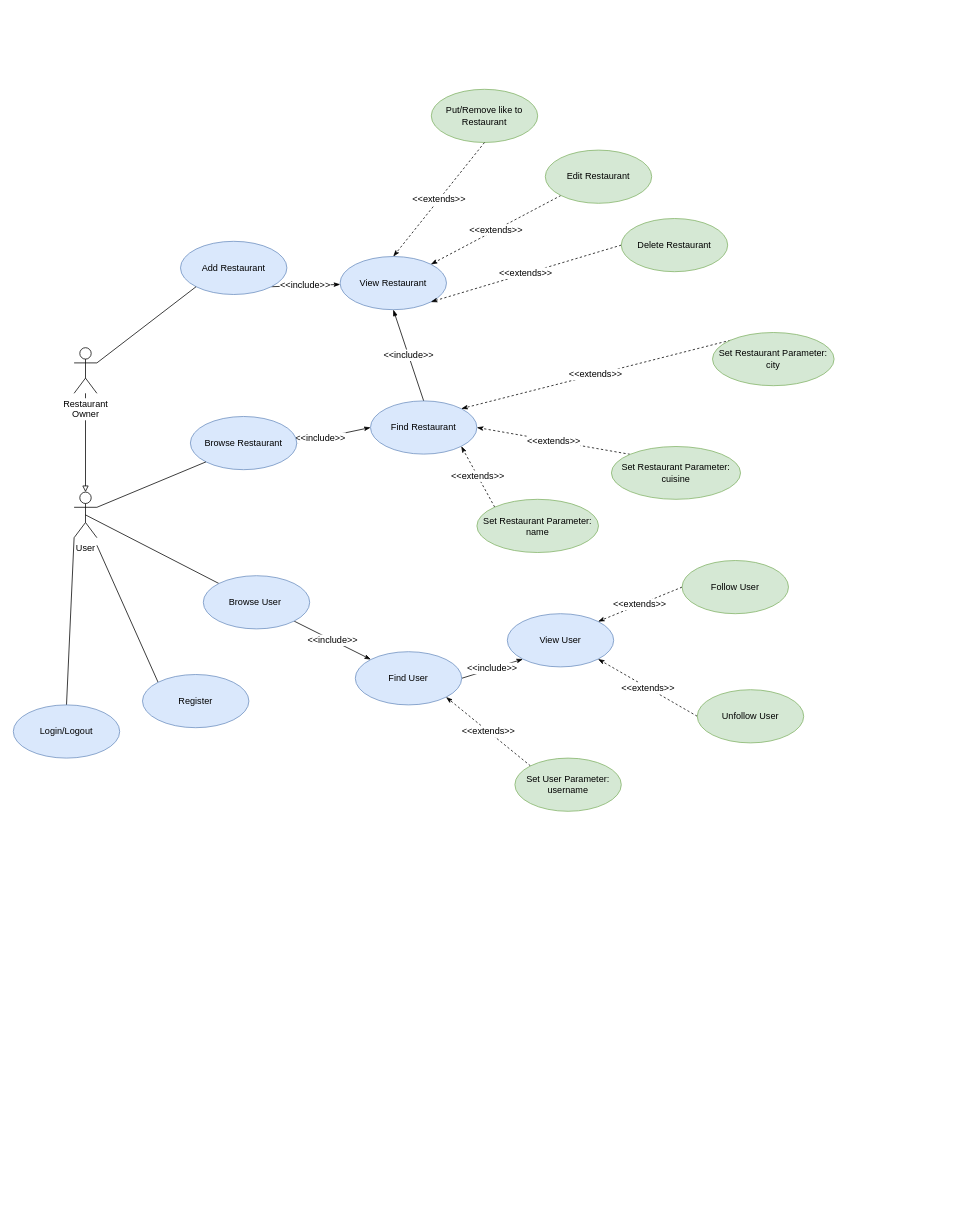
This is page "Page-2" (2 of 2) of draw.io/data_model.drawio from spampas/restaurant_recommendation_graphdb, a draw.io file, before an edit. Source tidied: cells renumbered, new cells numbered last; positions are measured from the earlier drawing's top-left corner, leaving out a move shared by most shapes. Both pictures are drawn from the tidied source at 76%, with x=0, y=0 at pixel (13, 89).
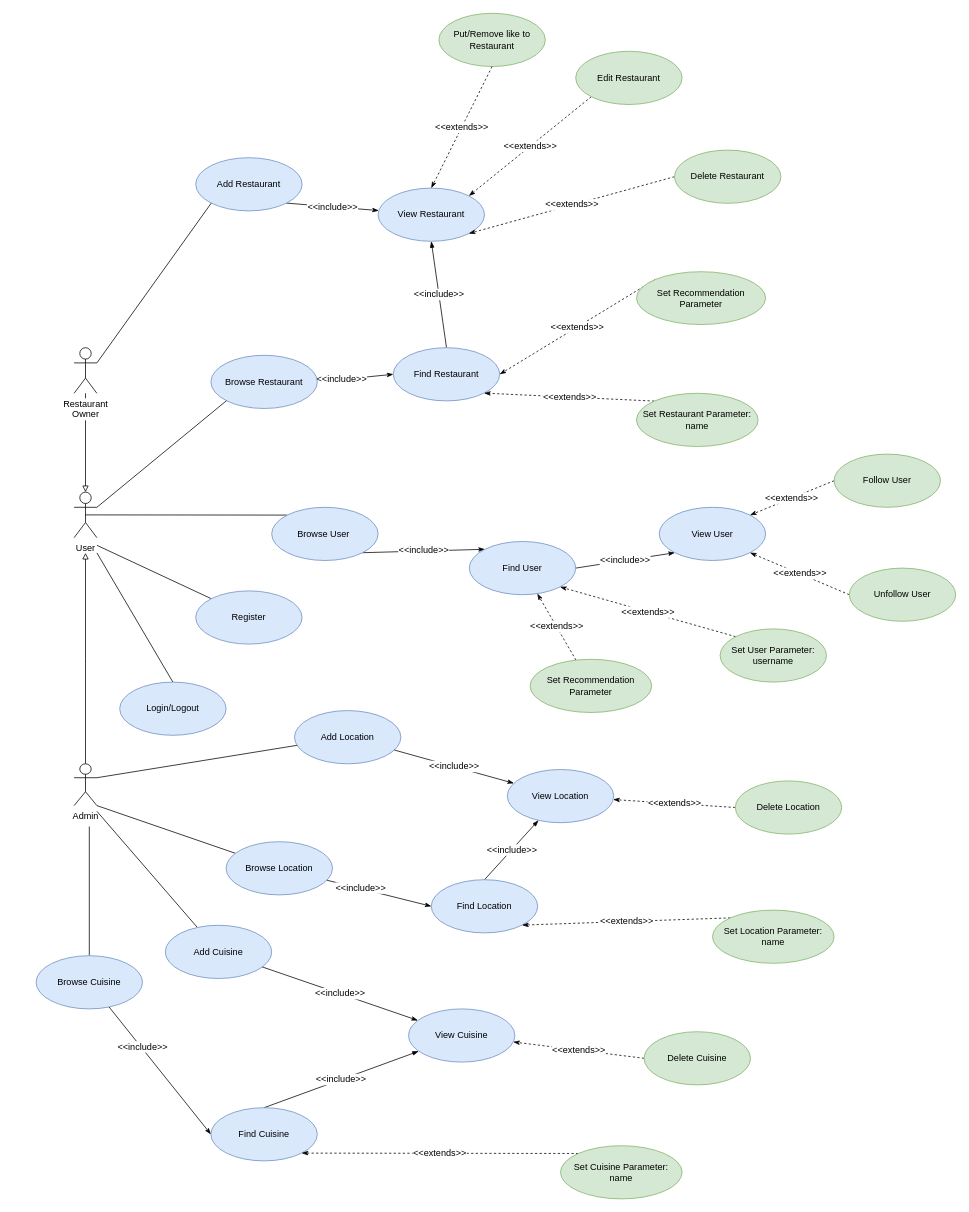
The same page after the edit.

Unchanged cells that the change refers to:
```xml
<mxCell id="4" value="User" style="shape=umlActor;verticalLabelPosition=bottom;labelBackgroundColor=#ffffff;verticalAlign=top;html=1;" parent="1" vertex="1">
  <mxGeometry x="80" y="530" width="30" height="60" as="geometry" />
</mxCell>
```

Diff of the diagram source:
```diff
@@
     <mxCell id="6" value="Add Restaurant" style="ellipse;whiteSpace=wrap;html=1;fontSize=12;fillColor=#dae8fc;strokeColor=#6c8ebf;" parent="1" vertex="1">
-      <mxGeometry x="220" y="200" width="140" height="70" as="geometry" />
+      <mxGeometry x="240" y="90" width="140" height="70" as="geometry" />
     </mxCell>
@@
     <mxCell id="8" value="Register" style="ellipse;whiteSpace=wrap;html=1;fontSize=12;fillColor=#dae8fc;strokeColor=#6c8ebf;" parent="1" vertex="1">
-      <mxGeometry x="170" y="770" width="140" height="70" as="geometry" />
+      <mxGeometry x="240" y="660" width="140" height="70" as="geometry" />
     </mxCell>
-    <mxCell id="9" style="edgeStyle=none;rounded=0;jettySize=auto;html=1;exitX=0.5;exitY=0;exitDx=0;exitDy=0;entryX=0;entryY=1;entryDx=0;entryDy=0;entryPerimeter=0;endArrow=none;endFill=0;fontSize=12;" parent="1" edge="1" source="10" target="4">
-      <mxGeometry relative="1" as="geometry" />
+    <mxCell id="9" style="edgeStyle=none;rounded=0;jettySize=auto;html=1;exitX=0.5;exitY=0;exitDx=0;exitDy=0;endArrow=none;endFill=0;fontSize=12;" parent="1" edge="1" source="10">
+      <mxGeometry relative="1" as="geometry">
+        <mxPoint x="110" y="610" as="targetPoint" />
+      </mxGeometry>
     </mxCell>
     <mxCell id="10" value="Login/Logout" style="ellipse;whiteSpace=wrap;html=1;fontSize=12;fillColor=#dae8fc;strokeColor=#6c8ebf;" parent="1" vertex="1">
-      <mxGeometry y="810" width="140" height="70" as="geometry" />
+      <mxGeometry x="140" y="780" width="140" height="70" as="geometry" />
     </mxCell>
     <mxCell id="11" value="View Restaurant" style="ellipse;whiteSpace=wrap;html=1;fontSize=12;fillColor=#dae8fc;strokeColor=#6c8ebf;" parent="1" vertex="1">
-      <mxGeometry x="430" y="220" width="140" height="70" as="geometry" />
+      <mxGeometry x="480" y="130" width="140" height="70" as="geometry" />
     </mxCell>
@@
     <mxCell id="13" value="Edit Restaurant" style="ellipse;whiteSpace=wrap;html=1;fontSize=12;fillColor=#d5e8d4;strokeColor=#82b366;" parent="1" vertex="1">
-      <mxGeometry x="700" y="80" width="140" height="70" as="geometry" />
+      <mxGeometry x="740" y="-50" width="140" height="70" as="geometry" />
     </mxCell>
@@
     <mxCell id="15" value="Delete Restaurant" style="ellipse;whiteSpace=wrap;html=1;fontSize=12;fillColor=#d5e8d4;strokeColor=#82b366;" parent="1" vertex="1">
-      <mxGeometry x="800" y="170" width="140" height="70" as="geometry" />
+      <mxGeometry x="870" y="80" width="140" height="70" as="geometry" />
     </mxCell>
@@
     <mxCell id="18" value="Browse User&amp;nbsp;" style="ellipse;whiteSpace=wrap;html=1;fontSize=12;fillColor=#dae8fc;strokeColor=#6c8ebf;" parent="1" vertex="1">
-      <mxGeometry x="250" y="640" width="140" height="70" as="geometry" />
+      <mxGeometry x="340" y="550" width="140" height="70" as="geometry" />
     </mxCell>
@@
     <mxCell id="20" value="Find User" style="ellipse;whiteSpace=wrap;html=1;fontSize=12;fillColor=#dae8fc;strokeColor=#6c8ebf;" parent="1" vertex="1">
-      <mxGeometry x="450" y="740" width="140" height="70" as="geometry" />
+      <mxGeometry x="600" y="595" width="140" height="70" as="geometry" />
     </mxCell>
@@
     <mxCell id="22" value="Set User Parameter:&lt;br&gt;username" style="ellipse;whiteSpace=wrap;html=1;fontSize=12;fillColor=#d5e8d4;strokeColor=#82b366;" parent="1" vertex="1">
-      <mxGeometry x="660" y="880" width="140" height="70" as="geometry" />
+      <mxGeometry x="930" y="710" width="140" height="70" as="geometry" />
     </mxCell>
     <mxCell id="23" value="View User" style="ellipse;whiteSpace=wrap;html=1;fontSize=12;fillColor=#dae8fc;strokeColor=#6c8ebf;" parent="1" vertex="1">
-      <mxGeometry x="650" y="690" width="140" height="70" as="geometry" />
+      <mxGeometry x="849.9" y="550" width="140" height="70" as="geometry" />
     </mxCell>
@@
     <mxCell id="25" value="Follow User" style="ellipse;whiteSpace=wrap;html=1;fontSize=12;fillColor=#d5e8d4;strokeColor=#82b366;" parent="1" vertex="1">
-      <mxGeometry x="880" y="620" width="140" height="70" as="geometry" />
+      <mxGeometry x="1080" y="480" width="140" height="70" as="geometry" />
     </mxCell>
@@
     <mxCell id="27" value="Unfollow User" style="ellipse;whiteSpace=wrap;html=1;fontSize=12;fillColor=#d5e8d4;strokeColor=#82b366;" parent="1" vertex="1">
-      <mxGeometry x="900" y="790" width="140" height="70" as="geometry" />
+      <mxGeometry x="1100" y="630" width="140" height="70" as="geometry" />
     </mxCell>
@@
     <mxCell id="30" value="Browse Restaurant" style="ellipse;whiteSpace=wrap;html=1;fontSize=12;fillColor=#dae8fc;strokeColor=#6c8ebf;" parent="1" vertex="1">
-      <mxGeometry x="233" y="430.5" width="140" height="70" as="geometry" />
+      <mxGeometry x="260" y="350" width="140" height="70" as="geometry" />
     </mxCell>
@@
     <mxCell id="32" value="Find Restaurant" style="ellipse;whiteSpace=wrap;html=1;fontSize=12;fillColor=#dae8fc;strokeColor=#6c8ebf;" parent="1" vertex="1">
-      <mxGeometry x="470" y="410" width="140" height="70" as="geometry" />
+      <mxGeometry x="500" y="340" width="140" height="70" as="geometry" />
     </mxCell>
@@
     <mxCell id="34" value="Set Restaurant Parameter:&lt;br&gt;name" style="ellipse;whiteSpace=wrap;html=1;fontSize=12;fillColor=#d5e8d4;strokeColor=#82b366;" parent="1" vertex="1">
-      <mxGeometry x="610" y="539.5" width="160" height="70" as="geometry" />
+      <mxGeometry x="820" y="400" width="160" height="70" as="geometry" />
     </mxCell>
@@
-    <mxCell id="36" value="Set Restaurant Parameter:&lt;br&gt;cuisine" style="ellipse;whiteSpace=wrap;html=1;fontSize=12;fillColor=#d5e8d4;strokeColor=#82b366;" parent="1" vertex="1">
-      <mxGeometry x="787" y="470" width="169.9" height="69.5" as="geometry" />
+    <mxCell id="36" value="Set Recommendation Parameter" style="ellipse;whiteSpace=wrap;html=1;fontSize=12;fillColor=#d5e8d4;strokeColor=#82b366;" parent="1" vertex="1">
+      <mxGeometry x="820" y="240" width="169.9" height="69.5" as="geometry" />
     </mxCell>
-    <mxCell id="37" value="&amp;lt;&amp;lt;extends&amp;gt;&amp;gt;" style="edgeStyle=none;rounded=0;jettySize=auto;html=1;exitX=0;exitY=0;exitDx=0;exitDy=0;entryX=1;entryY=0;entryDx=0;entryDy=0;dashed=1;endArrow=classicThin;endFill=1;fontSize=12;" parent="1" edge="1" source="38" target="32">
-      <mxGeometry relative="1" as="geometry" />
-    </mxCell>
-    <mxCell id="38" value="Set Restaurant Parameter:&lt;br&gt;city" style="ellipse;whiteSpace=wrap;html=1;fontSize=12;fillColor=#d5e8d4;strokeColor=#82b366;" parent="1" vertex="1">
-      <mxGeometry x="920" y="320" width="160" height="70" as="geometry" />
-    </mxCell>
@@
     <mxCell id="41" value="Put/Remove like to Restaurant" style="ellipse;whiteSpace=wrap;html=1;fontSize=12;fillColor=#d5e8d4;strokeColor=#82b366;" parent="1" vertex="1">
-      <mxGeometry x="550" width="140" height="70" as="geometry" />
+      <mxGeometry x="560" y="-100" width="140" height="70" as="geometry" />
     </mxCell>
@@
+    <mxCell id="43" value="&amp;lt;&amp;lt;extends&amp;gt;&amp;gt;" style="edgeStyle=none;rounded=0;jettySize=auto;html=1;dashed=1;endArrow=classicThin;endFill=1;fontSize=12;" parent="1" edge="1" source="44" target="20">
+      <mxGeometry relative="1" as="geometry" />
+    </mxCell>
+    <mxCell id="44" value="Set Recommendation Parameter" style="ellipse;whiteSpace=wrap;html=1;fontSize=12;fillColor=#d5e8d4;strokeColor=#82b366;" parent="1" vertex="1">
+      <mxGeometry x="680" y="750" width="160" height="70" as="geometry" />
+    </mxCell>
+    <mxCell id="45" style="edgeStyle=orthogonalEdgeStyle;rounded=0;jettySize=auto;html=1;endArrow=block;endFill=0;" parent="1" edge="1" source="46">
+      <mxGeometry relative="1" as="geometry">
+        <mxPoint x="95" y="610" as="targetPoint" />
+      </mxGeometry>
+    </mxCell>
+    <mxCell id="46" value="Admin" style="shape=umlActor;verticalLabelPosition=bottom;labelBackgroundColor=#ffffff;verticalAlign=top;html=1;" parent="1" vertex="1">
+      <mxGeometry x="80" y="887.5" width="30" height="55" as="geometry" />
+    </mxCell>
+    <mxCell id="47" style="rounded=0;jettySize=auto;html=1;entryX=1;entryY=0.3333333333333333;entryDx=0;entryDy=0;entryPerimeter=0;endArrow=none;endFill=0;" parent="1" edge="1" source="48" target="46">
+      <mxGeometry relative="1" as="geometry" />
+    </mxCell>
+    <mxCell id="48" value="Add Location" style="ellipse;whiteSpace=wrap;html=1;fontSize=12;fillColor=#dae8fc;strokeColor=#6c8ebf;" parent="1" vertex="1">
+      <mxGeometry x="370" y="817.5" width="140" height="70" as="geometry" />
+    </mxCell>
+    <mxCell id="49" style="edgeStyle=none;rounded=0;jettySize=auto;html=1;endArrow=none;endFill=0;" parent="1" edge="1" source="50">
+      <mxGeometry relative="1" as="geometry">
+        <mxPoint x="110" y="950" as="targetPoint" />
+      </mxGeometry>
+    </mxCell>
+    <mxCell id="50" value="Add Cuisine" style="ellipse;whiteSpace=wrap;html=1;fontSize=12;fillColor=#dae8fc;strokeColor=#6c8ebf;" parent="1" vertex="1">
+      <mxGeometry x="200" y="1100" width="140" height="70" as="geometry" />
+    </mxCell>
+    <mxCell id="51" value="&amp;lt;&amp;lt;include&amp;gt;&amp;gt;" style="rounded=0;jettySize=auto;html=1;endArrow=classicThin;endFill=1;fontSize=12;" parent="1" edge="1" source="50" target="52">
+      <mxGeometry relative="1" as="geometry" />
+    </mxCell>
+    <mxCell id="52" value="View Cuisine" style="ellipse;whiteSpace=wrap;html=1;fontSize=12;fillColor=#dae8fc;strokeColor=#6c8ebf;" parent="1" vertex="1">
+      <mxGeometry x="520" y="1210" width="140" height="70" as="geometry" />
+    </mxCell>
+    <mxCell id="53" value="&amp;lt;&amp;lt;include&amp;gt;&amp;gt;" style="rounded=0;jettySize=auto;html=1;endArrow=classicThin;endFill=1;fontSize=12;" parent="1" edge="1" source="48" target="54">
+      <mxGeometry relative="1" as="geometry" />
+    </mxCell>
+    <mxCell id="54" value="View Location" style="ellipse;whiteSpace=wrap;html=1;fontSize=12;fillColor=#dae8fc;strokeColor=#6c8ebf;" parent="1" vertex="1">
+      <mxGeometry x="650" y="895" width="140" height="70" as="geometry" />
+    </mxCell>
+    <mxCell id="55" value="&amp;lt;&amp;lt;extends&amp;gt;&amp;gt;" style="edgeStyle=none;rounded=0;jettySize=auto;html=1;exitX=0;exitY=0.5;exitDx=0;exitDy=0;dashed=1;endArrow=classicThin;endFill=1;fontSize=12;" parent="1" edge="1" source="56" target="52">
+      <mxGeometry relative="1" as="geometry" />
+    </mxCell>
+    <mxCell id="56" value="Delete Cuisine" style="ellipse;whiteSpace=wrap;html=1;fontSize=12;fillColor=#d5e8d4;strokeColor=#82b366;" parent="1" vertex="1">
+      <mxGeometry x="830" y="1240" width="140" height="70" as="geometry" />
+    </mxCell>
+    <mxCell id="57" value="&amp;lt;&amp;lt;extends&amp;gt;&amp;gt;" style="edgeStyle=none;rounded=0;jettySize=auto;html=1;exitX=0;exitY=0.5;exitDx=0;exitDy=0;dashed=1;endArrow=classicThin;endFill=1;fontSize=12;" parent="1" edge="1" source="58" target="54">
+      <mxGeometry relative="1" as="geometry" />
+    </mxCell>
+    <mxCell id="58" value="Delete Location" style="ellipse;whiteSpace=wrap;html=1;fontSize=12;fillColor=#d5e8d4;strokeColor=#82b366;" parent="1" vertex="1">
+      <mxGeometry x="950" y="910" width="140" height="70" as="geometry" />
+    </mxCell>
+    <mxCell id="59" style="rounded=0;jettySize=auto;html=1;entryX=1;entryY=1;entryDx=0;entryDy=0;entryPerimeter=0;endArrow=none;endFill=0;" parent="1" edge="1" source="60" target="46">
+      <mxGeometry relative="1" as="geometry" />
+    </mxCell>
+    <mxCell id="60" value="Browse Location" style="ellipse;whiteSpace=wrap;html=1;fontSize=12;fillColor=#dae8fc;strokeColor=#6c8ebf;" parent="1" vertex="1">
+      <mxGeometry x="280" y="990" width="140" height="70" as="geometry" />
+    </mxCell>
+    <mxCell id="61" style="edgeStyle=none;rounded=0;jettySize=auto;html=1;endArrow=none;endFill=0;" parent="1" edge="1" source="62">
+      <mxGeometry relative="1" as="geometry">
+        <mxPoint x="100" y="970" as="targetPoint" />
+      </mxGeometry>
+    </mxCell>
+    <mxCell id="62" value="Browse Cuisine" style="ellipse;whiteSpace=wrap;html=1;fontSize=12;fillColor=#dae8fc;strokeColor=#6c8ebf;" parent="1" vertex="1">
+      <mxGeometry x="30" y="1140" width="140" height="70" as="geometry" />
+    </mxCell>
+    <mxCell id="63" style="edgeStyle=none;rounded=0;jettySize=auto;html=1;entryX=0;entryY=0.5;entryDx=0;entryDy=0;endArrow=classicThin;endFill=1;fontSize=12;" parent="1" edge="1" source="60" target="66">
+      <mxGeometry relative="1" as="geometry" />
+    </mxCell>
+    <mxCell id="64" value="&amp;lt;&amp;lt;include&amp;gt;&amp;gt;" style="edgeLabel;html=1;align=center;verticalAlign=middle;fontSize=12;" parent="63" vertex="1">
+      <mxGeometry x="-0.37" y="1" relative="1" as="geometry" />
+    </mxCell>
+    <mxCell id="65" value="&amp;lt;&amp;lt;include&amp;gt;&amp;gt;" style="edgeStyle=none;rounded=0;jettySize=auto;html=1;exitX=0.5;exitY=0;exitDx=0;exitDy=0;endArrow=blockThin;endFill=1;fontSize=12;" parent="1" edge="1" source="66" target="54">
+      <mxGeometry relative="1" as="geometry" />
+    </mxCell>
+    <mxCell id="66" value="Find Location" style="ellipse;whiteSpace=wrap;html=1;fontSize=12;fillColor=#dae8fc;strokeColor=#6c8ebf;" parent="1" vertex="1">
+      <mxGeometry x="550" y="1040" width="140" height="70" as="geometry" />
+    </mxCell>
+    <mxCell id="67" value="&amp;lt;&amp;lt;extends&amp;gt;&amp;gt;" style="edgeStyle=none;rounded=0;jettySize=auto;html=1;exitX=0;exitY=0;exitDx=0;exitDy=0;entryX=1;entryY=1;entryDx=0;entryDy=0;dashed=1;endArrow=classicThin;endFill=1;fontSize=12;" parent="1" edge="1" source="68" target="66">
+      <mxGeometry relative="1" as="geometry" />
+    </mxCell>
+    <mxCell id="68" value="Set Location Parameter:&lt;br&gt;name" style="ellipse;whiteSpace=wrap;html=1;fontSize=12;fillColor=#d5e8d4;strokeColor=#82b366;" parent="1" vertex="1">
+      <mxGeometry x="920" y="1080" width="160" height="70" as="geometry" />
+    </mxCell>
+    <mxCell id="69" style="edgeStyle=none;rounded=0;jettySize=auto;html=1;entryX=0;entryY=0.5;entryDx=0;entryDy=0;endArrow=classicThin;endFill=1;fontSize=12;" parent="1" edge="1" source="62" target="72">
+      <mxGeometry relative="1" as="geometry" />
+    </mxCell>
+    <mxCell id="70" value="&amp;lt;&amp;lt;include&amp;gt;&amp;gt;" style="edgeLabel;html=1;align=center;verticalAlign=middle;fontSize=12;" parent="69" vertex="1">
+      <mxGeometry x="-0.37" y="1" relative="1" as="geometry" />
+    </mxCell>
+    <mxCell id="71" value="&amp;lt;&amp;lt;include&amp;gt;&amp;gt;" style="edgeStyle=none;rounded=0;jettySize=auto;html=1;exitX=0.5;exitY=0;exitDx=0;exitDy=0;endArrow=blockThin;endFill=1;fontSize=12;" parent="1" edge="1" source="72" target="52">
+      <mxGeometry relative="1" as="geometry" />
+    </mxCell>
+    <mxCell id="72" value="Find Cuisine" style="ellipse;whiteSpace=wrap;html=1;fontSize=12;fillColor=#dae8fc;strokeColor=#6c8ebf;" parent="1" vertex="1">
+      <mxGeometry x="260" y="1340" width="140" height="70" as="geometry" />
+    </mxCell>
+    <mxCell id="73" value="&amp;lt;&amp;lt;extends&amp;gt;&amp;gt;" style="edgeStyle=none;rounded=0;jettySize=auto;html=1;exitX=0;exitY=0;exitDx=0;exitDy=0;entryX=1;entryY=1;entryDx=0;entryDy=0;dashed=1;endArrow=classicThin;endFill=1;fontSize=12;" parent="1" edge="1" source="74" target="72">
+      <mxGeometry relative="1" as="geometry" />
+    </mxCell>
+    <mxCell id="74" value="Set Cuisine Parameter:&lt;br&gt;name" style="ellipse;whiteSpace=wrap;html=1;fontSize=12;fillColor=#d5e8d4;strokeColor=#82b366;" parent="1" vertex="1">
+      <mxGeometry x="720" y="1390" width="160" height="70" as="geometry" />
+    </mxCell>
```
